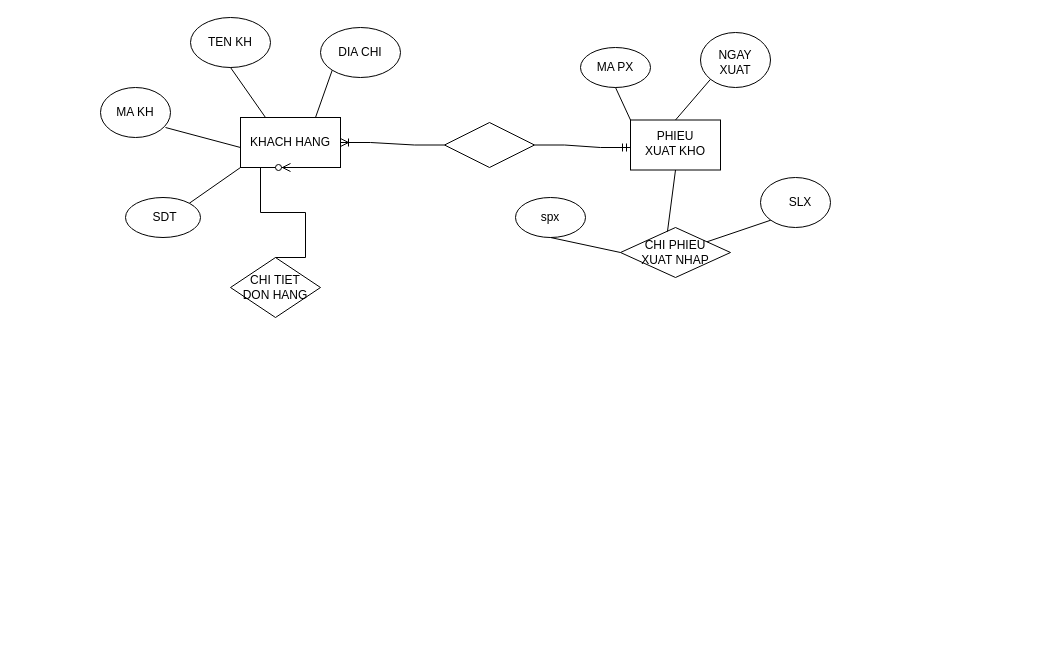
Earlier version of the draw.io diagram page "Trang-3" (3 of 3) of Biểu đồ không có tiêu đề.drawio (NguyenDuc0610/UML). Source tidied: cells renumbered, new cells numbered last; positions are measured from the earlier drawing's top-left corner, leaving out a move shared by most shapes. Both pictures are drawn from the tidied source at 100%, with x=0, y=0 at pixel (100, 17).
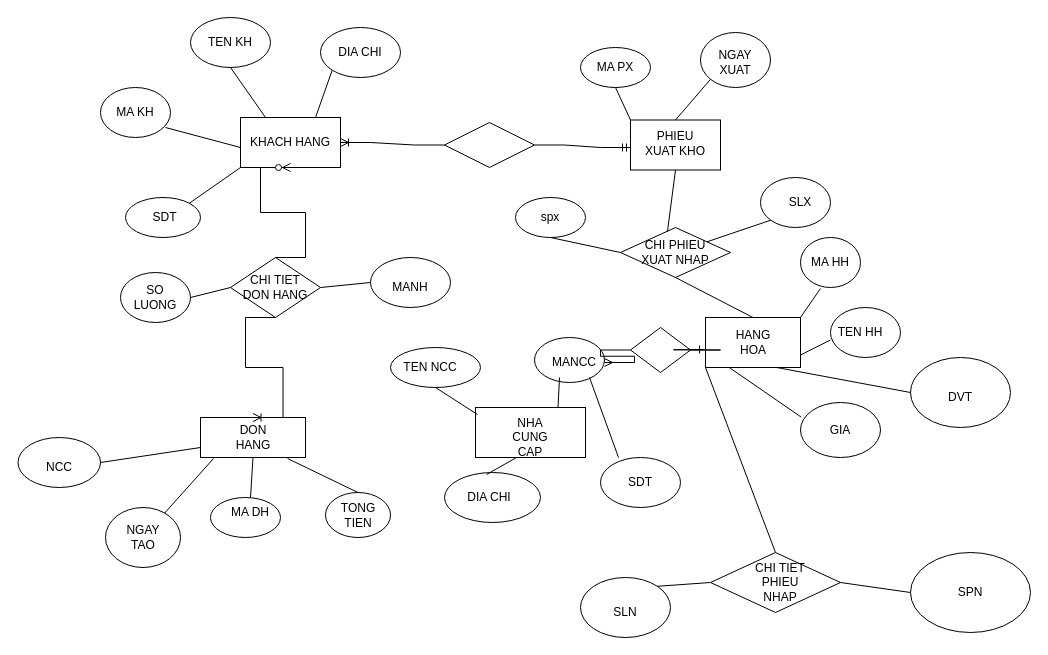
After the change.

Commit message:
Cập nhật Biểu đồ không có tiêu đề.drawio

The change refers to these unchanged cells:
```xml
<mxCell id="27" style="rhombus;whiteSpace=wrap;html=1;" parent="1" vertex="1">
  <mxGeometry x="520" y="210" width="110" height="50" as="geometry" />
</mxCell>
<mxCell id="36" style="rhombus;whiteSpace=wrap;html=1;" parent="1" vertex="1">
  <mxGeometry x="130" y="240" width="90" height="60" as="geometry" />
</mxCell>
```

Change to the diagram source:
```diff
@@
+    <mxCell id="39" style="ellipse;whiteSpace=wrap;html=1;" parent="1" vertex="1">
+      <mxGeometry x="20" y="255" width="70" height="50" as="geometry" />
+    </mxCell>
+    <mxCell id="40" value="SO LUONG" style="text;html=1;strokeColor=none;fillColor=none;align=center;verticalAlign=middle;whiteSpace=wrap;rounded=0;" parent="1" vertex="1">
+      <mxGeometry x="25" y="265" width="60" height="30" as="geometry" />
+    </mxCell>
+    <mxCell id="41" style="endArrow=none;html=1;rounded=0;exitX=1;exitY=0.5;exitDx=0;exitDy=0;entryX=0;entryY=0.5;entryDx=0;entryDy=0;" parent="1" edge="1" source="39" target="36">
+      <mxGeometry relative="1" as="geometry" />
+    </mxCell>
+    <mxCell id="42" style="ellipse;whiteSpace=wrap;html=1;" parent="1" vertex="1">
+      <mxGeometry x="270" y="240" width="80" height="50" as="geometry" />
+    </mxCell>
+    <mxCell id="43" style="endArrow=none;html=1;rounded=0;exitX=1;exitY=0.5;exitDx=0;exitDy=0;entryX=0;entryY=0.5;entryDx=0;entryDy=0;" parent="1" edge="1" source="36" target="42">
+      <mxGeometry relative="1" as="geometry" />
+    </mxCell>
+    <mxCell id="44" value="MANH" style="text;html=1;strokeColor=none;fillColor=none;align=center;verticalAlign=middle;whiteSpace=wrap;rounded=0;" parent="1" vertex="1">
+      <mxGeometry x="280" y="255" width="60" height="30" as="geometry" />
+    </mxCell>
+    <mxCell id="45" style="rounded=0;whiteSpace=wrap;html=1;" parent="1" vertex="1">
+      <mxGeometry x="100" y="400" width="105" height="40" as="geometry" />
+    </mxCell>
+    <mxCell id="46" value="DON HANG" style="text;html=1;strokeColor=none;fillColor=none;align=center;verticalAlign=middle;whiteSpace=wrap;rounded=0;" parent="1" vertex="1">
+      <mxGeometry x="122.5" y="405" width="60" height="30" as="geometry" />
+    </mxCell>
+    <mxCell id="47" style="edgeStyle=entityRelationEdgeStyle;fontSize=12;html=1;endArrow=ERoneToMany;rounded=0;exitX=0.5;exitY=1;exitDx=0;exitDy=0;entryX=0.5;entryY=0;entryDx=0;entryDy=0;" parent="1" edge="1" source="36" target="45">
+      <mxGeometry relative="1" as="geometry" />
+    </mxCell>
+    <mxCell id="48" style="ellipse;whiteSpace=wrap;html=1;" parent="1" vertex="1">
+      <mxGeometry x="-82.5" y="420" width="82.5" height="50" as="geometry" />
+    </mxCell>
+    <mxCell id="49" value="NCC" style="text;html=1;strokeColor=none;fillColor=none;align=center;verticalAlign=middle;whiteSpace=wrap;rounded=0;" parent="1" vertex="1">
+      <mxGeometry x="-71.2" y="435" width="60" height="30" as="geometry" />
+    </mxCell>
+    <mxCell id="50" style="ellipse;whiteSpace=wrap;html=1;" parent="1" vertex="1">
+      <mxGeometry x="5" y="490" width="75" height="60" as="geometry" />
+    </mxCell>
+    <mxCell id="51" value="NGAY TAO" style="text;html=1;strokeColor=none;fillColor=none;align=center;verticalAlign=middle;whiteSpace=wrap;rounded=0;" parent="1" vertex="1">
+      <mxGeometry x="12.5" y="505" width="60" height="30" as="geometry" />
+    </mxCell>
+    <mxCell id="52" style="ellipse;whiteSpace=wrap;html=1;" parent="1" vertex="1">
+      <mxGeometry x="110" y="480" width="70" height="40" as="geometry" />
+    </mxCell>
+    <mxCell id="53" value="MA DH" style="text;html=1;strokeColor=none;fillColor=none;align=center;verticalAlign=middle;whiteSpace=wrap;rounded=0;" parent="1" vertex="1">
+      <mxGeometry x="120" y="480" width="60" height="30" as="geometry" />
+    </mxCell>
+    <mxCell id="54" style="ellipse;whiteSpace=wrap;html=1;" parent="1" vertex="1">
+      <mxGeometry x="225" y="475" width="65" height="45" as="geometry" />
+    </mxCell>
+    <mxCell id="55" value="TONG TIEN" style="text;html=1;strokeColor=none;fillColor=none;align=center;verticalAlign=middle;whiteSpace=wrap;rounded=0;" parent="1" vertex="1">
+      <mxGeometry x="227.5" y="482.5" width="60" height="30" as="geometry" />
+    </mxCell>
+    <mxCell id="56" style="endArrow=none;html=1;rounded=0;entryX=0;entryY=0.75;entryDx=0;entryDy=0;exitX=1;exitY=0.5;exitDx=0;exitDy=0;" parent="1" edge="1" source="48" target="45">
+      <mxGeometry relative="1" as="geometry" />
+    </mxCell>
+    <mxCell id="57" style="endArrow=none;html=1;rounded=0;entryX=0.124;entryY=1.025;entryDx=0;entryDy=0;entryPerimeter=0;" parent="1" edge="1" source="50" target="45">
+      <mxGeometry relative="1" as="geometry" />
+    </mxCell>
+    <mxCell id="58" style="endArrow=none;html=1;rounded=0;exitX=0.5;exitY=0;exitDx=0;exitDy=0;entryX=0.5;entryY=1;entryDx=0;entryDy=0;" parent="1" edge="1" source="53" target="45">
+      <mxGeometry relative="1" as="geometry" />
+    </mxCell>
+    <mxCell id="59" style="endArrow=none;html=1;rounded=0;exitX=0.5;exitY=0;exitDx=0;exitDy=0;entryX=0.829;entryY=1.025;entryDx=0;entryDy=0;entryPerimeter=0;" parent="1" edge="1" source="54" target="45">
+      <mxGeometry relative="1" as="geometry" />
+    </mxCell>
+    <mxCell id="60" style="rounded=0;whiteSpace=wrap;html=1;" parent="1" vertex="1">
+      <mxGeometry x="375" y="390" width="110" height="50" as="geometry" />
+    </mxCell>
+    <mxCell id="61" value="NHA CUNG CAP" style="text;html=1;strokeColor=none;fillColor=none;align=center;verticalAlign=middle;whiteSpace=wrap;rounded=0;" parent="1" vertex="1">
+      <mxGeometry x="400" y="405" width="60" height="30" as="geometry" />
+    </mxCell>
+    <mxCell id="62" style="ellipse;whiteSpace=wrap;html=1;" parent="1" vertex="1">
+      <mxGeometry x="290" y="330" width="90" height="40" as="geometry" />
+    </mxCell>
+    <mxCell id="63" value="TEN NCC" style="text;html=1;strokeColor=none;fillColor=none;align=center;verticalAlign=middle;whiteSpace=wrap;rounded=0;" parent="1" vertex="1">
+      <mxGeometry x="300" y="335" width="60" height="30" as="geometry" />
+    </mxCell>
+    <mxCell id="64" style="ellipse;whiteSpace=wrap;html=1;" parent="1" vertex="1">
+      <mxGeometry x="434" y="320" width="70" height="45" as="geometry" />
+    </mxCell>
+    <mxCell id="65" value="MANCC" style="text;html=1;strokeColor=none;fillColor=none;align=center;verticalAlign=middle;whiteSpace=wrap;rounded=0;" parent="1" vertex="1">
+      <mxGeometry x="444" y="330" width="60" height="30" as="geometry" />
+    </mxCell>
+    <mxCell id="66" style="ellipse;whiteSpace=wrap;html=1;" parent="1" vertex="1">
+      <mxGeometry x="344" y="455" width="96" height="50" as="geometry" />
+    </mxCell>
+    <mxCell id="67" value="DIA CHI" style="text;html=1;strokeColor=none;fillColor=none;align=center;verticalAlign=middle;whiteSpace=wrap;rounded=0;" parent="1" vertex="1">
+      <mxGeometry x="359" y="465" width="60" height="30" as="geometry" />
+    </mxCell>
+    <mxCell id="68" style="ellipse;whiteSpace=wrap;html=1;" parent="1" vertex="1">
+      <mxGeometry x="500" y="440" width="80" height="50" as="geometry" />
+    </mxCell>
+    <mxCell id="69" value="SDT" style="text;html=1;strokeColor=none;fillColor=none;align=center;verticalAlign=middle;whiteSpace=wrap;rounded=0;" parent="1" vertex="1">
+      <mxGeometry x="510" y="450" width="60" height="30" as="geometry" />
+    </mxCell>
+    <mxCell id="70" style="endArrow=none;html=1;rounded=0;exitX=0.018;exitY=0.14;exitDx=0;exitDy=0;exitPerimeter=0;entryX=0.5;entryY=1;entryDx=0;entryDy=0;" parent="1" edge="1" source="60" target="62">
+      <mxGeometry relative="1" as="geometry" />
+    </mxCell>
+    <mxCell id="71" style="endArrow=none;html=1;rounded=0;exitX=0.75;exitY=0;exitDx=0;exitDy=0;entryX=0.25;entryY=1;entryDx=0;entryDy=0;" parent="1" edge="1" source="60" target="65">
+      <mxGeometry relative="1" as="geometry" />
+    </mxCell>
+    <mxCell id="72" style="endArrow=none;html=1;rounded=0;exitX=0.438;exitY=0.04;exitDx=0;exitDy=0;exitPerimeter=0;entryX=0.373;entryY=1;entryDx=0;entryDy=0;entryPerimeter=0;" parent="1" edge="1" source="66" target="60">
+      <mxGeometry relative="1" as="geometry" />
+    </mxCell>
+    <mxCell id="73" style="endArrow=none;html=1;rounded=0;exitX=0.225;exitY=0;exitDx=0;exitDy=0;exitPerimeter=0;entryX=0.75;entryY=1;entryDx=0;entryDy=0;" parent="1" edge="1" source="68" target="65">
+      <mxGeometry relative="1" as="geometry" />
+    </mxCell>
+    <mxCell id="74" style="rounded=0;whiteSpace=wrap;html=1;" parent="1" vertex="1">
+      <mxGeometry x="605" y="300" width="95" height="50" as="geometry" />
+    </mxCell>
+    <mxCell id="75" value="HANG HOA" style="text;html=1;strokeColor=none;fillColor=none;align=center;verticalAlign=middle;whiteSpace=wrap;rounded=0;" parent="1" vertex="1">
+      <mxGeometry x="622.5" y="310" width="60" height="30" as="geometry" />
+    </mxCell>
+    <mxCell id="76" style="rhombus;whiteSpace=wrap;html=1;" parent="1" vertex="1">
+      <mxGeometry x="530" y="310" width="60" height="45" as="geometry" />
+    </mxCell>
+    <mxCell id="77" style="edgeStyle=entityRelationEdgeStyle;fontSize=12;html=1;endArrow=ERmany;rounded=0;entryX=1;entryY=0.5;entryDx=0;entryDy=0;exitX=0;exitY=0.5;exitDx=0;exitDy=0;" parent="1" edge="1" source="76" target="65">
+      <mxGeometry relative="1" as="geometry" />
+    </mxCell>
+    <mxCell id="78" style="edgeStyle=entityRelationEdgeStyle;fontSize=12;html=1;endArrow=ERone;endFill=1;rounded=0;exitX=1;exitY=0.5;exitDx=0;exitDy=0;entryX=-0.021;entryY=0.64;entryDx=0;entryDy=0;entryPerimeter=0;" parent="1" edge="1" source="76" target="74">
+      <mxGeometry relative="1" as="geometry" />
+    </mxCell>
+    <mxCell id="79" style="ellipse;whiteSpace=wrap;html=1;" parent="1" vertex="1">
+      <mxGeometry x="700" y="220" width="60" height="50" as="geometry" />
+    </mxCell>
+    <mxCell id="80" value="MA HH" style="text;html=1;strokeColor=none;fillColor=none;align=center;verticalAlign=middle;whiteSpace=wrap;rounded=0;" parent="1" vertex="1">
+      <mxGeometry x="700" y="230" width="60" height="30" as="geometry" />
+    </mxCell>
+    <mxCell id="81" style="ellipse;whiteSpace=wrap;html=1;" parent="1" vertex="1">
+      <mxGeometry x="730" y="290" width="70" height="50" as="geometry" />
+    </mxCell>
+    <mxCell id="82" value="TEN HH" style="text;html=1;strokeColor=none;fillColor=none;align=center;verticalAlign=middle;whiteSpace=wrap;rounded=0;" parent="1" vertex="1">
+      <mxGeometry x="730" y="300" width="60" height="30" as="geometry" />
+    </mxCell>
+    <mxCell id="83" style="endArrow=none;html=1;rounded=0;exitX=1;exitY=0;exitDx=0;exitDy=0;entryX=0.333;entryY=1.02;entryDx=0;entryDy=0;entryPerimeter=0;" parent="1" edge="1" source="74" target="79">
+      <mxGeometry relative="1" as="geometry" />
+    </mxCell>
+    <mxCell id="84" style="endArrow=none;html=1;rounded=0;exitX=1;exitY=0.75;exitDx=0;exitDy=0;entryX=0;entryY=0.75;entryDx=0;entryDy=0;" parent="1" edge="1" source="74" target="82">
+      <mxGeometry relative="1" as="geometry" />
+    </mxCell>
+    <mxCell id="85" style="endArrow=none;html=1;rounded=0;exitX=0.5;exitY=0;exitDx=0;exitDy=0;entryX=0.5;entryY=1;entryDx=0;entryDy=0;" parent="1" edge="1" source="74" target="27">
+      <mxGeometry relative="1" as="geometry" />
+    </mxCell>
+    <mxCell id="86" style="ellipse;whiteSpace=wrap;html=1;" parent="1" vertex="1">
+      <mxGeometry x="700" y="385" width="80" height="55" as="geometry" />
+    </mxCell>
+    <mxCell id="87" value="GIA" style="text;html=1;strokeColor=none;fillColor=none;align=center;verticalAlign=middle;whiteSpace=wrap;rounded=0;" parent="1" vertex="1">
+      <mxGeometry x="710" y="397.5" width="60" height="30" as="geometry" />
+    </mxCell>
+    <mxCell id="88" style="ellipse;whiteSpace=wrap;html=1;" parent="1" vertex="1">
+      <mxGeometry x="810" y="340" width="100" height="70" as="geometry" />
+    </mxCell>
+    <mxCell id="89" value="DVT" style="text;html=1;strokeColor=none;fillColor=none;align=center;verticalAlign=middle;whiteSpace=wrap;rounded=0;" parent="1" vertex="1">
+      <mxGeometry x="830" y="365" width="60" height="30" as="geometry" />
+    </mxCell>
+    <mxCell id="90" style="endArrow=none;html=1;rounded=0;exitX=0.007;exitY=0.264;exitDx=0;exitDy=0;exitPerimeter=0;entryX=0.25;entryY=1;entryDx=0;entryDy=0;" parent="1" edge="1" source="86" target="74">
+      <mxGeometry relative="1" as="geometry" />
+    </mxCell>
+    <mxCell id="91" style="endArrow=none;html=1;rounded=0;exitX=0;exitY=0.5;exitDx=0;exitDy=0;entryX=0.75;entryY=1;entryDx=0;entryDy=0;" parent="1" edge="1" source="88" target="74">
+      <mxGeometry relative="1" as="geometry" />
+    </mxCell>
+    <mxCell id="92" style="rhombus;whiteSpace=wrap;html=1;" parent="1" vertex="1">
+      <mxGeometry x="610" y="535" width="130" height="60" as="geometry" />
+    </mxCell>
+    <mxCell id="93" value="CHI TIET PHIEU NHAP" style="text;html=1;strokeColor=none;fillColor=none;align=center;verticalAlign=middle;whiteSpace=wrap;rounded=0;" parent="1" vertex="1">
+      <mxGeometry x="650" y="550" width="60" height="30" as="geometry" />
+    </mxCell>
+    <mxCell id="94" style="endArrow=none;html=1;rounded=0;exitX=0.5;exitY=0;exitDx=0;exitDy=0;entryX=0;entryY=1;entryDx=0;entryDy=0;" parent="1" edge="1" source="92" target="74">
+      <mxGeometry relative="1" as="geometry" />
+    </mxCell>
+    <mxCell id="95" style="ellipse;whiteSpace=wrap;html=1;" parent="1" vertex="1">
+      <mxGeometry x="480" y="560" width="90" height="60" as="geometry" />
+    </mxCell>
+    <mxCell id="96" value="SLN" style="text;html=1;strokeColor=none;fillColor=none;align=center;verticalAlign=middle;whiteSpace=wrap;rounded=0;" parent="1" vertex="1">
+      <mxGeometry x="495" y="580" width="60" height="30" as="geometry" />
+    </mxCell>
+    <mxCell id="97" style="ellipse;whiteSpace=wrap;html=1;" parent="1" vertex="1">
+      <mxGeometry x="810" y="535" width="120" height="80" as="geometry" />
+    </mxCell>
+    <mxCell id="98" value="SPN" style="text;html=1;strokeColor=none;fillColor=none;align=center;verticalAlign=middle;whiteSpace=wrap;rounded=0;" parent="1" vertex="1">
+      <mxGeometry x="840" y="560" width="60" height="30" as="geometry" />
+    </mxCell>
+    <mxCell id="99" style="endArrow=none;html=1;rounded=0;exitX=1;exitY=0;exitDx=0;exitDy=0;entryX=0;entryY=0.5;entryDx=0;entryDy=0;" parent="1" edge="1" source="95" target="92">
+      <mxGeometry relative="1" as="geometry" />
+    </mxCell>
+    <mxCell id="100" style="endArrow=none;html=1;rounded=0;exitX=1;exitY=0.5;exitDx=0;exitDy=0;entryX=0;entryY=0.5;entryDx=0;entryDy=0;" parent="1" edge="1" source="92" target="97">
+      <mxGeometry relative="1" as="geometry" />
+    </mxCell>
```
